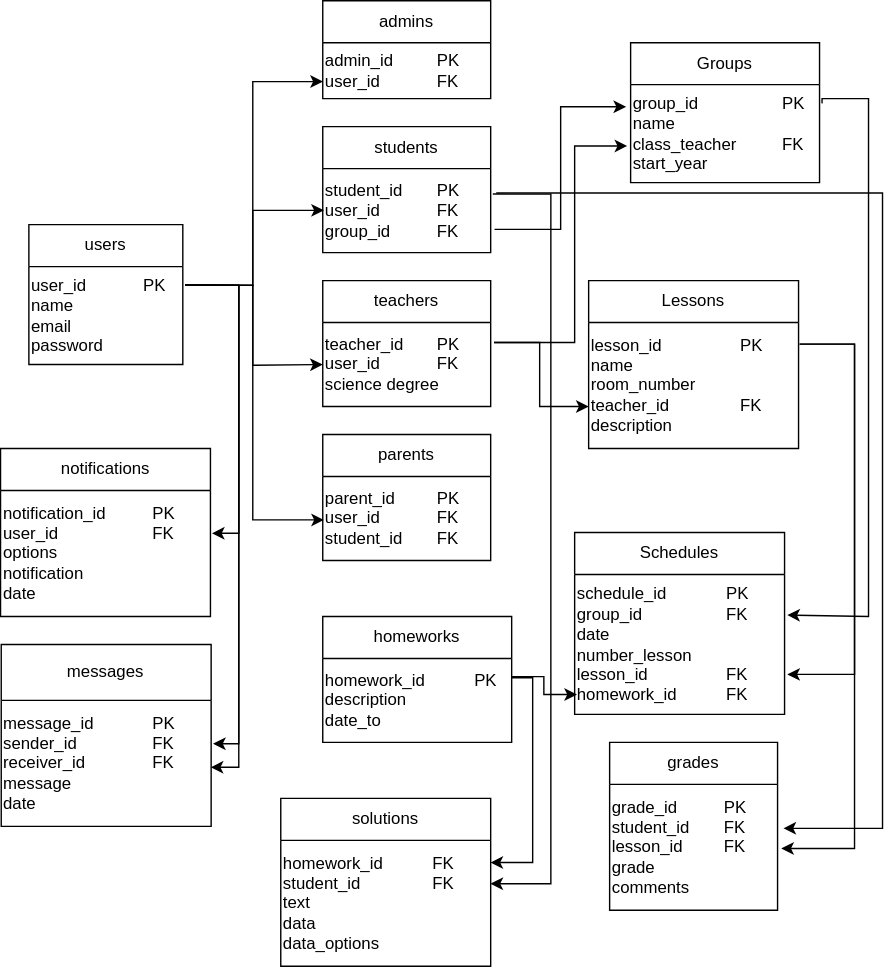
This is mysql/er-діаграма.svg from djkey/online-diary, a draw.io export, as it was before one commit. Source tidied: cells renumbered, new cells last; positions are measured from the earlier drawing's top-left corner, leaving out a move shared by most shapes.
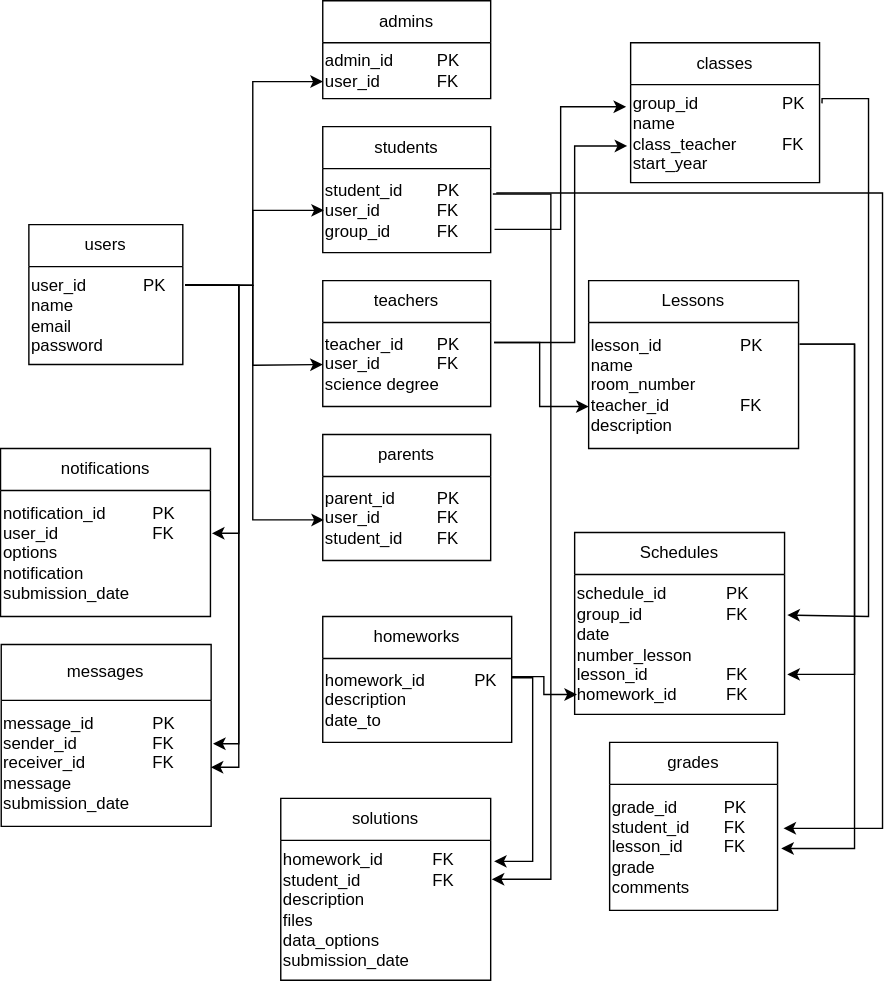
Above is the later version.

The edit, as a diff of the source:
```diff
@@ -44,7 +44,7 @@
     <mxCell id="15" value="schedule_id&lt;span style=&quot;white-space: pre;&quot;&gt;&#9;&lt;/span&gt;&lt;span style=&quot;white-space: pre;&quot;&gt;&#9;&lt;/span&gt;PK&lt;div&gt;group_id&lt;span style=&quot;white-space: pre;&quot;&gt;&#9;&lt;/span&gt;&lt;span style=&quot;white-space: pre;&quot;&gt;&#9;&lt;/span&gt;&lt;span style=&quot;white-space: pre;&quot;&gt;&#9;&lt;/span&gt;FK&lt;/div&gt;&lt;div&gt;date&amp;nbsp;&lt;/div&gt;&lt;div&gt;&lt;span style=&quot;background-color: initial;&quot;&gt;number_lesson&lt;/span&gt;&lt;br&gt;&lt;/div&gt;&lt;div&gt;lesson_id&lt;span style=&quot;white-space: pre;&quot;&gt;&#9;&lt;/span&gt;&lt;span style=&quot;white-space: pre;&quot;&gt;&#9;&lt;/span&gt;&lt;span style=&quot;white-space: pre;&quot;&gt;&#9;&lt;/span&gt;FK&lt;/div&gt;&lt;div&gt;homework_id&lt;span style=&quot;white-space: pre;&quot;&gt;&#9;&lt;/span&gt;&lt;span style=&quot;white-space: pre;&quot;&gt;&#9;&lt;/span&gt;FK&lt;/div&gt;" style="text;html=1;align=left;verticalAlign=middle;points=[];strokeColor=none;fillColor=none;" parent="14" vertex="1">
       <mxGeometry y="30" width="150" height="100" as="geometry" />
     </mxCell>
-    <mxCell id="16" value="Groups" style="rounded=0;whiteSpace=wrap;html=1;shape=swimlane;fontStyle=0;startSize=30;horizontal=1;" parent="1" vertex="1">
+    <mxCell id="16" value="classes" style="rounded=0;whiteSpace=wrap;html=1;shape=swimlane;fontStyle=0;startSize=30;horizontal=1;" parent="1" vertex="1">
       <mxGeometry x="450" y="30" width="135" height="100" as="geometry" />
     </mxCell>
     <mxCell id="17" value="&lt;span style=&quot;background-color: initial;&quot;&gt;group_id&lt;span style=&quot;white-space: pre;&quot;&gt;&#9;&lt;/span&gt;&lt;span style=&quot;white-space: pre;&quot;&gt;&#9;&lt;/span&gt;&lt;span style=&quot;white-space: pre;&quot;&gt;&#9;&lt;/span&gt;PK&lt;/span&gt;&lt;br&gt;&lt;span style=&quot;background-color: initial;&quot;&gt;name&lt;/span&gt;&lt;br&gt;&lt;span style=&quot;background-color: initial;&quot;&gt;class_teacher&lt;span style=&quot;white-space: pre;&quot;&gt;&#9;&lt;/span&gt;&lt;span style=&quot;white-space: pre;&quot;&gt;&#9;&lt;/span&gt;FK&lt;/span&gt;&lt;br&gt;&lt;span style=&quot;background-color: initial;&quot;&gt;start_year&lt;/span&gt;" style="text;html=1;align=left;verticalAlign=middle;points=[];strokeColor=none;fillColor=none;" parent="16" vertex="1">
@@ -120,13 +120,13 @@
     <mxCell id="31" value="notifications" style="rounded=0;whiteSpace=wrap;html=1;shape=swimlane;fontStyle=0;startSize=30;horizontal=1;" parent="1" vertex="1">
       <mxGeometry x="-0.2" y="320" width="150" height="120" as="geometry" />
     </mxCell>
-    <mxCell id="32" value="notification_id&lt;span style=&quot;white-space: pre;&quot;&gt;&#9;&lt;/span&gt;&lt;span style=&quot;white-space: pre;&quot;&gt;&#9;&lt;/span&gt;PK&lt;div&gt;user_id&lt;span style=&quot;white-space: pre;&quot;&gt;&#9;&lt;/span&gt;&lt;span style=&quot;white-space: pre;&quot;&gt;&#9;&lt;/span&gt;&lt;span style=&quot;white-space: pre;&quot;&gt;&#9;&lt;/span&gt;FK&lt;/div&gt;&lt;div&gt;options&lt;/div&gt;&lt;div&gt;notification&lt;br&gt;date&lt;/div&gt;" style="text;html=1;align=left;verticalAlign=middle;points=[];strokeColor=none;fillColor=none;" parent="31" vertex="1">
+    <mxCell id="32" value="notification_id&lt;span style=&quot;white-space: pre;&quot;&gt;&#9;&lt;/span&gt;&lt;span style=&quot;white-space: pre;&quot;&gt;&#9;&lt;/span&gt;PK&lt;div&gt;user_id&lt;span style=&quot;white-space: pre;&quot;&gt;&#9;&lt;/span&gt;&lt;span style=&quot;white-space: pre;&quot;&gt;&#9;&lt;/span&gt;&lt;span style=&quot;white-space: pre;&quot;&gt;&#9;&lt;/span&gt;FK&lt;/div&gt;&lt;div&gt;options&lt;/div&gt;&lt;div&gt;notification&lt;br&gt;submission_date&lt;br&gt;&lt;/div&gt;" style="text;html=1;align=left;verticalAlign=middle;points=[];strokeColor=none;fillColor=none;" parent="31" vertex="1">
       <mxGeometry y="30" width="150" height="90" as="geometry" />
     </mxCell>
     <mxCell id="33" value="messages" style="rounded=0;whiteSpace=wrap;html=1;shape=swimlane;fontStyle=0;startSize=40;horizontal=1;" parent="1" vertex="1">
       <mxGeometry x="0.2" y="460" width="150" height="130" as="geometry" />
     </mxCell>
-    <mxCell id="34" value="message_id&lt;span style=&quot;white-space: pre;&quot;&gt;&#9;&lt;/span&gt;&lt;span style=&quot;white-space: pre;&quot;&gt;&#9;&lt;/span&gt;PK&lt;div&gt;sender_id&lt;span style=&quot;white-space: pre;&quot;&gt;&#9;&lt;/span&gt;&lt;span style=&quot;white-space: pre;&quot;&gt;&#9;&lt;/span&gt;FK&lt;div&gt;receiver_id&lt;span style=&quot;white-space: pre;&quot;&gt;&#9;&lt;/span&gt;&lt;span style=&quot;white-space: pre;&quot;&gt;&#9;&lt;/span&gt;FK&lt;div&gt;message&lt;br&gt;date&lt;/div&gt;&lt;/div&gt;&lt;/div&gt;" style="text;html=1;align=left;verticalAlign=middle;points=[];strokeColor=none;fillColor=none;" parent="33" vertex="1">
+    <mxCell id="34" value="message_id&lt;span style=&quot;white-space: pre;&quot;&gt;&#9;&lt;/span&gt;&lt;span style=&quot;white-space: pre;&quot;&gt;&#9;&lt;/span&gt;PK&lt;div&gt;sender_id&lt;span style=&quot;white-space: pre;&quot;&gt;&#9;&lt;/span&gt;&lt;span style=&quot;white-space: pre;&quot;&gt;&#9;&lt;/span&gt;FK&lt;div&gt;receiver_id&lt;span style=&quot;white-space: pre;&quot;&gt;&#9;&lt;/span&gt;&lt;span style=&quot;white-space: pre;&quot;&gt;&#9;&lt;/span&gt;FK&lt;div&gt;message&lt;br&gt;submission_date&lt;br&gt;&lt;/div&gt;&lt;/div&gt;&lt;/div&gt;" style="text;html=1;align=left;verticalAlign=middle;points=[];strokeColor=none;fillColor=none;" parent="33" vertex="1">
       <mxGeometry y="40" width="150" height="90" as="geometry" />
     </mxCell>
     <mxCell id="35" style="edgeStyle=orthogonalEdgeStyle;rounded=0;jettySize=auto;html=1;exitX=1.015;exitY=0.191;exitDx=0;exitDy=0;entryX=1.007;entryY=0.34;entryDx=0;entryDy=0;entryPerimeter=0;exitPerimeter=0;" parent="1" edge="1" source="3" target="32">
@@ -168,24 +168,24 @@
       </mxGeometry>
     </mxCell>
     <mxCell id="41" value="solutions" style="rounded=0;whiteSpace=wrap;html=1;shape=swimlane;fontStyle=0;startSize=30;horizontal=1;" parent="1" vertex="1">
-      <mxGeometry x="200" y="570" width="150" height="120" as="geometry" />
+      <mxGeometry x="200" y="570" width="150" height="130" as="geometry" />
     </mxCell>
-    <mxCell id="42" value="homework_id&lt;span style=&quot;white-space: pre;&quot;&gt;&#9;&lt;/span&gt;&lt;span style=&quot;white-space: pre;&quot;&gt;&#9;&lt;/span&gt;FK&lt;div&gt;student_id&lt;span style=&quot;white-space: pre;&quot;&gt;&#9;&lt;/span&gt;&lt;span style=&quot;white-space: pre;&quot;&gt;&#9;&lt;/span&gt;FK&lt;/div&gt;&lt;div&gt;text&lt;/div&gt;&lt;div&gt;data&lt;/div&gt;&lt;div&gt;data_options&lt;/div&gt;" style="text;html=1;align=left;verticalAlign=middle;points=[];strokeColor=none;fillColor=none;" parent="41" vertex="1">
-      <mxGeometry y="30" width="150" height="90" as="geometry" />
+    <mxCell id="42" value="homework_id&lt;span style=&quot;white-space: pre;&quot;&gt;&#9;&lt;/span&gt;&lt;span style=&quot;white-space: pre;&quot;&gt;&#9;&lt;/span&gt;FK&lt;div&gt;student_id&lt;span style=&quot;white-space: pre;&quot;&gt;&#9;&lt;/span&gt;&lt;span style=&quot;white-space: pre;&quot;&gt;&#9;&lt;/span&gt;FK&lt;/div&gt;&lt;div&gt;description&lt;/div&gt;&lt;div&gt;files&lt;/div&gt;&lt;div&gt;data_options&lt;/div&gt;&lt;div&gt;submission_date&lt;/div&gt;" style="text;html=1;align=left;verticalAlign=middle;points=[];strokeColor=none;fillColor=none;" parent="41" vertex="1">
+      <mxGeometry y="30" width="150" height="100" as="geometry" />
     </mxCell>
-    <mxCell id="43" style="edgeStyle=orthogonalEdgeStyle;rounded=0;jettySize=auto;html=1;exitX=1.001;exitY=0.23;exitDx=0;exitDy=0;entryX=0.999;entryY=0.176;entryDx=0;entryDy=0;entryPerimeter=0;exitPerimeter=0;" parent="1" edge="1" source="39" target="42">
+    <mxCell id="43" style="edgeStyle=orthogonalEdgeStyle;rounded=0;jettySize=auto;html=1;exitX=1.001;exitY=0.23;exitDx=0;exitDy=0;entryX=1.016;entryY=0.15;entryDx=0;entryDy=0;entryPerimeter=0;exitPerimeter=0;" parent="1" edge="1" source="39" target="42">
       <mxGeometry relative="1" as="geometry">
         <Array as="points">
           <mxPoint x="380" y="484" />
-          <mxPoint x="380" y="616" />
+          <mxPoint x="380" y="615" />
         </Array>
       </mxGeometry>
     </mxCell>
-    <mxCell id="44" style="edgeStyle=orthogonalEdgeStyle;rounded=0;jettySize=auto;html=1;exitX=1.013;exitY=0.303;exitDx=0;exitDy=0;entryX=0.999;entryY=0.344;entryDx=0;entryDy=0;entryPerimeter=0;exitPerimeter=0;" parent="1" edge="1" source="7" target="42">
+    <mxCell id="44" style="edgeStyle=orthogonalEdgeStyle;rounded=0;jettySize=auto;html=1;exitX=1.013;exitY=0.303;exitDx=0;exitDy=0;entryX=1.005;entryY=0.278;entryDx=0;entryDy=0;entryPerimeter=0;exitPerimeter=0;" parent="1" edge="1" source="7" target="42">
       <mxGeometry relative="1" as="geometry">
         <Array as="points">
           <mxPoint x="393" y="138" />
-          <mxPoint x="393" y="631" />
+          <mxPoint x="393" y="628" />
         </Array>
       </mxGeometry>
     </mxCell>
```
